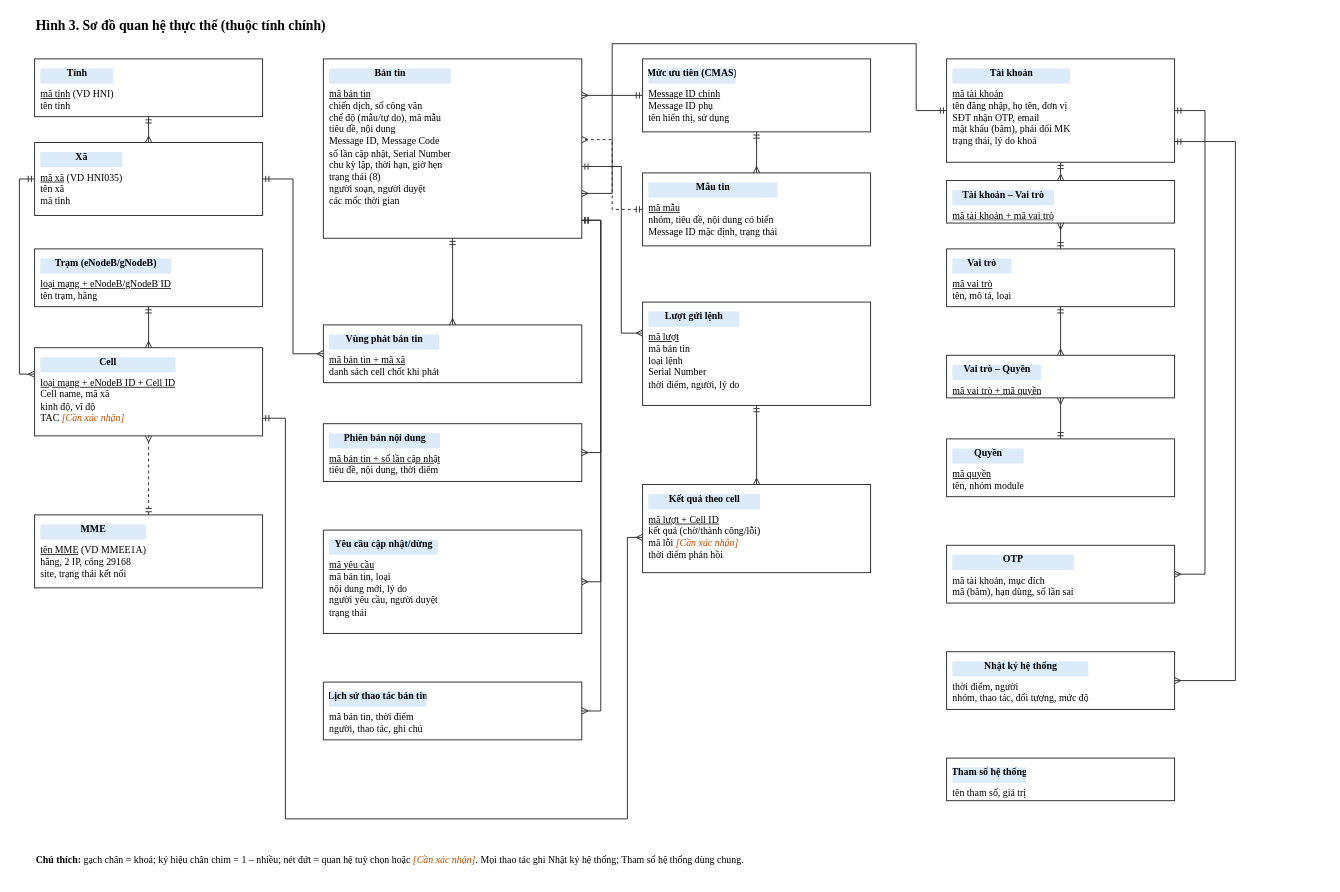
yenanna0804/cbc-demo keeps this draw.io diagram as page "SRS-H3 Dữ liệu" (3 of 9) of srs/CBC_SRS_so-do.drawio. Above is the earlier version. Source tidied: cells renumbered, new cells numbered last; positions are measured from the earlier drawing's top-left corner, leaving out a move shared by most shapes. Both pictures are drawn from the tidied source at 76%, with x=0, y=0 at pixel (19, 13).
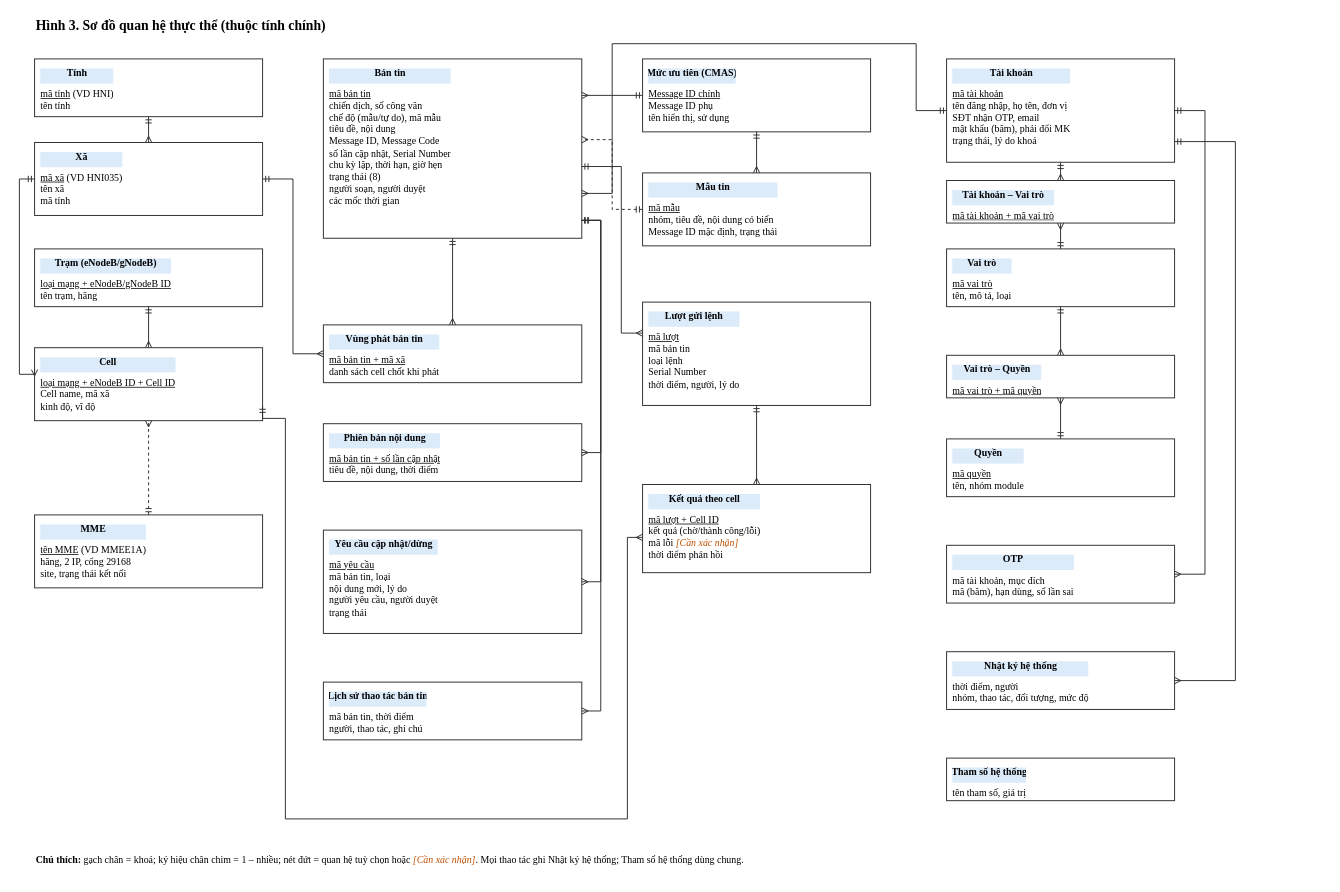
The same page after the edit.

Commit message:
SRS ERD: bo TAC

Claude-Session: https://claude.ai/code/session_01FeLNp4ic6ftFr5ftakdFjx

Diff of the diagram source:
```diff
@@
-    <mxCell id="6" value="&lt;div style=&quot;background:#DCEBFA;margin:-8px -8px 6px;padding:6px;font-weight:bold;text-align:center&quot;&gt;Cell&lt;/div&gt;&lt;u&gt;loại mạng + eNodeB ID + Cell ID&lt;/u&gt;&lt;br&gt;Cell name, mã xã&lt;br&gt;kinh độ, vĩ độ&lt;br&gt;TAC &lt;i style=&quot;color:#C05000&quot;&gt;[Cần xác nhận]&lt;/i&gt;" style="rounded=0;arcSize=8;whiteSpace=wrap;html=1;fontFamily=Times New Roman;fontSize=13;fillColor=#FFFFFF;strokeColor=#333333;strokeWidth=1.3;align=left;verticalAlign=top;spacing=8;overflow=hidden;" parent="1" vertex="1">
-      <mxGeometry x="20" y="440" width="300" height="116" as="geometry" />
+    <mxCell id="6" value="&lt;div style=&quot;background:#DCEBFA;margin:-8px -8px 6px;padding:6px;font-weight:bold;text-align:center&quot;&gt;Cell&lt;/div&gt;&lt;u&gt;loại mạng + eNodeB ID + Cell ID&lt;/u&gt;&lt;br&gt;Cell name, mã xã&lt;br&gt;kinh độ, vĩ độ" style="rounded=0;arcSize=8;whiteSpace=wrap;html=1;fontFamily=Times New Roman;fontSize=13;fillColor=#FFFFFF;strokeColor=#333333;strokeWidth=1.3;align=left;verticalAlign=top;spacing=8;overflow=hidden;" parent="1" vertex="1">
+      <mxGeometry x="20" y="440" width="300" height="96" as="geometry" />
     </mxCell>
```
